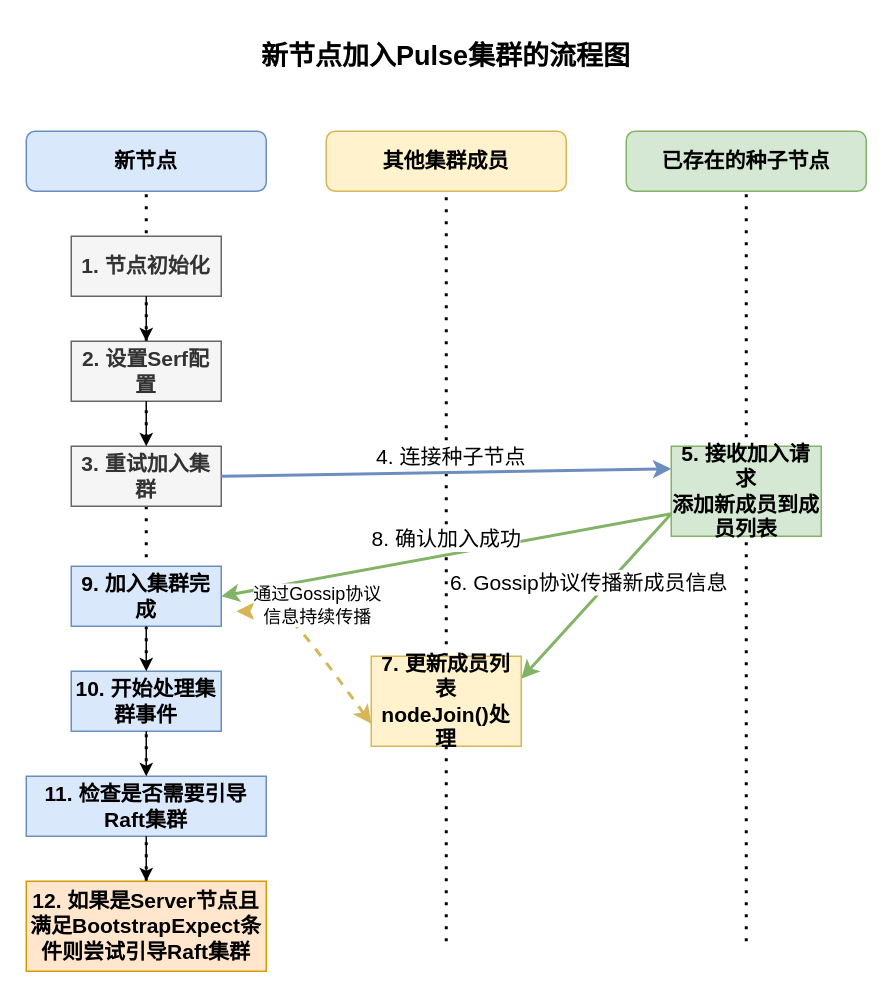
Above: projects/新节点加入Pulse集群的流程图.drawio in hanzug/draw.io (draw.io), before the change. Source tidied: cells renumbered, new cells numbered last; positions are measured from the earlier drawing's top-left corner, leaving out a move shared by most shapes. Both pictures are drawn from the tidied source at 150%, with x=0, y=0 at pixel (26, 26).
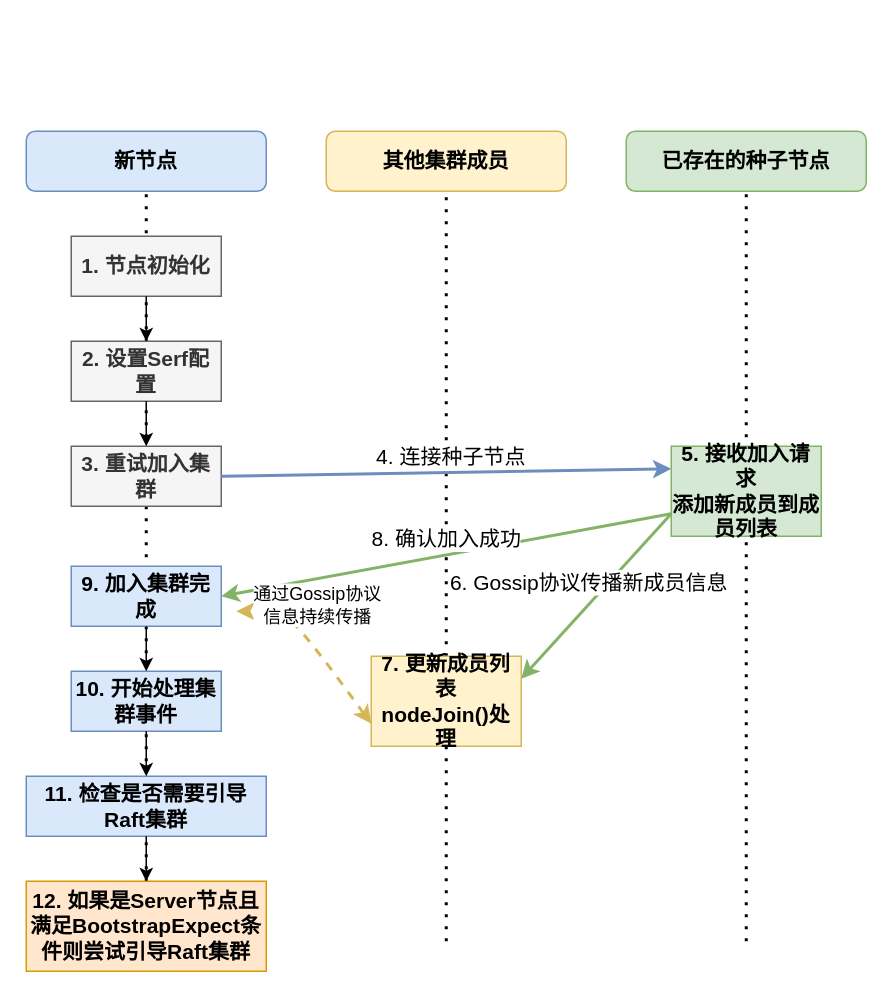
The same diagram, later.

Commit message (it also covers changes not shown here):
更新新节点加入Pulse集群的流程图.drawio

Diff of the diagram source:
```diff
@@
-    <mxCell id="2" value="新节点加入Pulse集群的流程图" style="text;html=1;strokeColor=none;fillColor=none;align=center;verticalAlign=middle;whiteSpace=wrap;rounded=0;fontSize=18;fontStyle=1;" parent="1" vertex="1">
-      <mxGeometry x="40" width="480" height="40" as="geometry" />
-    </mxCell>
```
